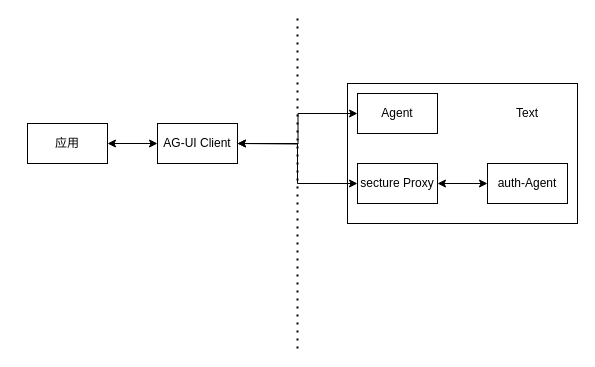
Before: AG-UI-protocol.drawio in paleblackless/diagrams, a draw.io diagram. Source tidied: cells renumbered, new cells numbered last; positions are measured from the earlier drawing's top-left corner, leaving out a move shared by most shapes. Both pictures are drawn from the tidied source at 100%, with x=0, y=0 at pixel (27, 18).
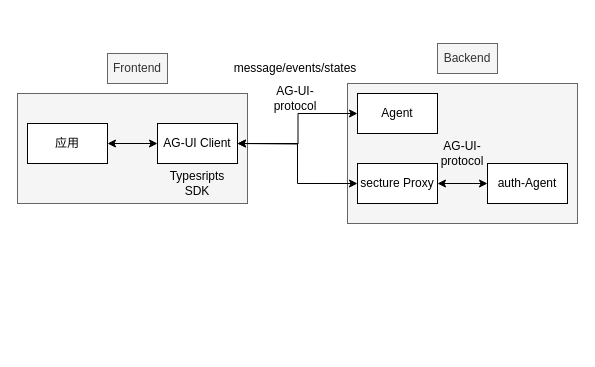
The same page after the edit.

Diff of the diagram source:
```diff
@@
 <mxGraphModel>
   <root>
     <mxCell id="0" />
     <mxCell id="1" parent="0" />
+    <mxCell id="14" style="rounded=0;whiteSpace=wrap;html=1;fillColor=#f5f5f5;fontColor=#333333;strokeColor=#666666;" parent="1" vertex="1">
+      <mxGeometry x="-10" y="75" width="230" height="110" as="geometry" />
+    </mxCell>
-    <mxCell id="2" style="rounded=0;whiteSpace=wrap;html=1;fillColor=none;" parent="1" vertex="1">
+    <mxCell id="2" style="rounded=0;whiteSpace=wrap;html=1;fillColor=#f5f5f5;fontColor=#333333;strokeColor=#666666;" parent="1" vertex="1">
       <mxGeometry x="320" y="65" width="230" height="140" as="geometry" />
     </mxCell>
     <mxCell id="3" style="edgeStyle=orthogonalEdgeStyle;rounded=0;jettySize=auto;html=1;entryX=0;entryY=0.5;entryDx=0;entryDy=0;startArrow=classic;startFill=1;" parent="1" edge="1" source="4" target="7">
       <mxGeometry relative="1" as="geometry" />
     </mxCell>
     <mxCell id="4" value="应用" style="rounded=0;whiteSpace=wrap;html=1;" parent="1" vertex="1">
       <mxGeometry y="105" width="80" height="40" as="geometry" />
     </mxCell>
-    <mxCell id="5" style="endArrow=none;dashed=1;html=1;dashPattern=1 3;strokeWidth=2;rounded=0;" parent="1" edge="1">
-      <mxGeometry relative="1" as="geometry">
-        <mxPoint x="270" y="330" as="sourcePoint" />
-        <mxPoint x="270" as="targetPoint" />
-      </mxGeometry>
-    </mxCell>
     <mxCell id="6" style="edgeStyle=orthogonalEdgeStyle;rounded=0;jettySize=auto;html=1;entryX=0;entryY=0.5;entryDx=0;entryDy=0;startArrow=classic;startFill=1;" parent="1" edge="1" target="8">
       <mxGeometry relative="1" as="geometry">
         <mxPoint x="210" y="125" as="sourcePoint" />
       </mxGeometry>
     </mxCell>
     <mxCell id="7" value="AG-UI Client" style="rounded=0;whiteSpace=wrap;html=1;" parent="1" vertex="1">
       <mxGeometry x="130" y="105" width="80" height="40" as="geometry" />
     </mxCell>
     <mxCell id="8" value="Agent" style="rounded=0;whiteSpace=wrap;html=1;" parent="1" vertex="1">
       <mxGeometry x="330" y="75" width="80" height="40" as="geometry" />
     </mxCell>
     <mxCell id="9" value="auth-Agent" style="rounded=0;whiteSpace=wrap;html=1;" parent="1" vertex="1">
       <mxGeometry x="460" y="145" width="80" height="40" as="geometry" />
     </mxCell>
     <mxCell id="10" style="edgeStyle=orthogonalEdgeStyle;rounded=0;jettySize=auto;html=1;entryX=0;entryY=0.5;entryDx=0;entryDy=0;startArrow=classic;startFill=1;" parent="1" edge="1" source="12" target="9">
       <mxGeometry relative="1" as="geometry" />
     </mxCell>
     <mxCell id="11" style="edgeStyle=orthogonalEdgeStyle;rounded=0;jettySize=auto;html=1;exitX=0;exitY=0.5;exitDx=0;exitDy=0;entryX=1;entryY=0.5;entryDx=0;entryDy=0;startArrow=classic;startFill=1;" parent="1" edge="1" source="12" target="7">
       <mxGeometry relative="1" as="geometry" />
     </mxCell>
     <mxCell id="12" value="secture Proxy" style="rounded=0;whiteSpace=wrap;html=1;" parent="1" vertex="1">
       <mxGeometry x="330" y="145" width="80" height="40" as="geometry" />
     </mxCell>
-    <mxCell id="13" value="Text" style="text;html=1;align=center;verticalAlign=middle;whiteSpace=wrap;rounded=0;" parent="1" vertex="1">
-      <mxGeometry x="470" y="80" width="60" height="30" as="geometry" />
+    <mxCell id="13" value="Backend" style="text;html=1;align=center;verticalAlign=middle;whiteSpace=wrap;rounded=0;fillColor=#f5f5f5;fontColor=#333333;strokeColor=#666666;" parent="1" vertex="1">
+      <mxGeometry x="410" y="25" width="60" height="30" as="geometry" />
     </mxCell>
+    <mxCell id="15" value="AG-UI-protocol" style="text;html=1;align=center;verticalAlign=middle;whiteSpace=wrap;rounded=0;" parent="1" vertex="1">
+      <mxGeometry x="238" y="65" width="60" height="30" as="geometry" />
+    </mxCell>
+    <mxCell id="16" value="AG-UI-protocol" style="text;html=1;align=center;verticalAlign=middle;whiteSpace=wrap;rounded=0;" parent="1" vertex="1">
+      <mxGeometry x="405" y="120" width="60" height="30" as="geometry" />
+    </mxCell>
+    <mxCell id="17" value="Typesripts&lt;div&gt;SDK&lt;/div&gt;" style="text;html=1;align=center;verticalAlign=middle;whiteSpace=wrap;rounded=0;" parent="1" vertex="1">
+      <mxGeometry x="140" y="150" width="60" height="30" as="geometry" />
+    </mxCell>
+    <mxCell id="18" value="Frontend" style="text;html=1;align=center;verticalAlign=middle;whiteSpace=wrap;rounded=0;fillColor=#f5f5f5;fontColor=#333333;strokeColor=#666666;" parent="1" vertex="1">
+      <mxGeometry x="80" y="35" width="60" height="30" as="geometry" />
+    </mxCell>
+    <mxCell id="19" value="message/events/states" style="text;html=1;align=center;verticalAlign=middle;whiteSpace=wrap;rounded=0;" parent="1" vertex="1">
+      <mxGeometry x="238" y="35" width="60" height="30" as="geometry" />
+    </mxCell>
   </root>
 </mxGraphModel>
```
